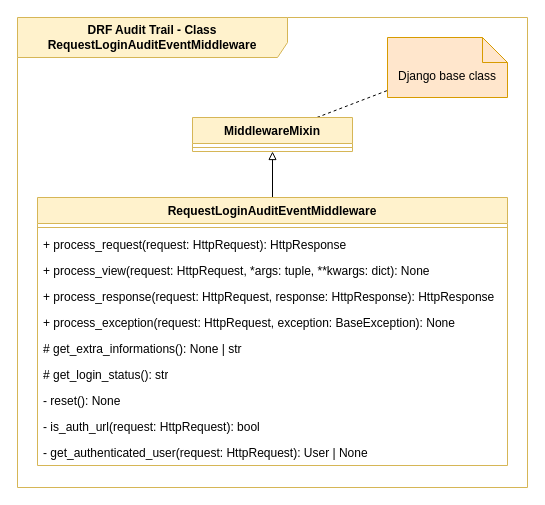
The draw.io diagram page "Classes" (1 of 5) of docs/diagrams.drawio in Talismar/drf-audit-trail, before the edit. Source tidied: cells renumbered, new cells numbered last; positions are measured from the earlier drawing's top-left corner, leaving out a move shared by most shapes. Both pictures are drawn from the tidied source at 100%, with x=0, y=0 at pixel (17, 17).
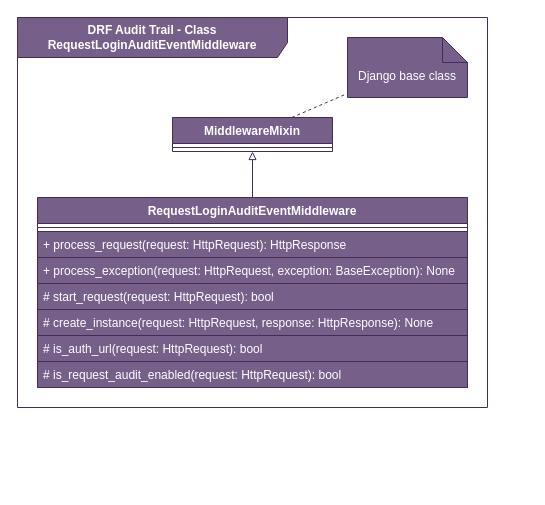
Above is the later version.

Diff of the diagram source:
```diff
@@
 <mxGraphModel>
   <root>
     <mxCell id="0" />
     <mxCell id="1" parent="0" />
-    <mxCell id="2" value="&lt;b&gt;DRF Audit Trail - Class&lt;/b&gt;&lt;div&gt;&lt;b&gt;RequestLoginAuditEventMiddleware&lt;/b&gt;&lt;b&gt;&lt;br&gt;&lt;/b&gt;&lt;/div&gt;" style="shape=umlFrame;whiteSpace=wrap;html=1;width=270;height=40;shadow=0;fillColor=#fff2cc;strokeColor=#d6b656;" parent="1" vertex="1">
-      <mxGeometry width="510" height="470" as="geometry" />
+    <mxCell id="2" value="&lt;b&gt;DRF Audit Trail - Class&lt;/b&gt;&lt;div&gt;&lt;b&gt;RequestLoginAuditEventMiddleware&lt;/b&gt;&lt;b&gt;&lt;br&gt;&lt;/b&gt;&lt;/div&gt;" style="shape=umlFrame;whiteSpace=wrap;html=1;width=270;height=40;shadow=0;fillColor=#76608a;strokeColor=#432D57;fontColor=#ffffff;" parent="1" vertex="1">
+      <mxGeometry width="470" height="390" as="geometry" />
     </mxCell>
-    <mxCell id="3" style="rounded=0;jettySize=auto;html=1;endArrow=block;endFill=0;shadow=0;entryX=0.5;entryY=1;entryDx=0;entryDy=0;exitX=0.5;exitY=0;exitDx=0;exitDy=0;" parent="2" edge="1" source="8" target="5">
+    <mxCell id="3" style="rounded=0;jettySize=auto;html=1;endArrow=block;endFill=0;shadow=0;entryX=0.5;entryY=1;entryDx=0;entryDy=0;exitX=0.5;exitY=0;exitDx=0;exitDy=0;fillColor=#76608a;strokeColor=#432D57;" parent="2" edge="1" source="8" target="5">
       <mxGeometry relative="1" as="geometry" />
     </mxCell>
-    <mxCell id="4" style="rounded=0;jettySize=auto;html=1;dashed=1;endArrow=none;endFill=0;" parent="2" edge="1" source="5" target="7">
+    <mxCell id="4" style="rounded=0;jettySize=auto;html=1;dashed=1;endArrow=none;endFill=0;fillColor=#76608a;strokeColor=#432D57;" parent="2" edge="1" source="5" target="7">
       <mxGeometry relative="1" as="geometry" />
     </mxCell>
-    <mxCell id="5" value="&lt;b&gt;MiddlewareMixin&lt;/b&gt;" style="swimlane;fontStyle=1;align=center;verticalAlign=top;horizontal=1;startSize=26;whiteSpace=wrap;html=1;fillColor=#fff2cc;strokeColor=#d6b656;" parent="2" vertex="1">
-      <mxGeometry x="175" y="100" width="160" height="34" as="geometry" />
+    <mxCell id="5" value="&lt;b&gt;MiddlewareMixin&lt;/b&gt;" style="swimlane;fontStyle=1;align=center;verticalAlign=top;horizontal=1;startSize=26;whiteSpace=wrap;html=1;fillColor=#76608a;strokeColor=#432D57;fontColor=#ffffff;" parent="2" vertex="1">
+      <mxGeometry x="155" y="100" width="160" height="34" as="geometry" />
     </mxCell>
-    <mxCell id="6" style="line;strokeWidth=1;fillColor=none;align=left;verticalAlign=middle;spacingTop=-1;spacingLeft=3;spacingRight=3;labelPosition=right;strokeColor=inherit;" parent="5" vertex="1">
+    <mxCell id="6" style="line;strokeWidth=1;fillColor=#76608a;align=left;verticalAlign=middle;spacingTop=-1;spacingLeft=3;spacingRight=3;labelPosition=right;strokeColor=#432D57;fontColor=#ffffff;" parent="5" vertex="1">
       <mxGeometry y="26" width="160" height="8" as="geometry" />
     </mxCell>
-    <mxCell id="7" value="Django base class" style="shape=note2;boundedLbl=1;whiteSpace=wrap;html=1;size=25;verticalAlign=top;align=center;fillColor=#ffe6cc;strokeColor=#d79b00;" parent="2" vertex="1">
-      <mxGeometry x="370" y="20" width="120" height="60" as="geometry" />
+    <mxCell id="7" value="Django base class" style="shape=note2;boundedLbl=1;whiteSpace=wrap;html=1;size=25;verticalAlign=top;align=center;fillColor=#76608a;strokeColor=#432D57;fontColor=#ffffff;" parent="2" vertex="1">
+      <mxGeometry x="330" y="20" width="120" height="60" as="geometry" />
     </mxCell>
-    <mxCell id="8" value="RequestLoginAuditEventMiddleware" style="swimlane;fontStyle=1;align=center;verticalAlign=top;horizontal=1;startSize=26;whiteSpace=wrap;html=1;fillColor=#fff2cc;strokeColor=#d6b656;" parent="2" vertex="1">
-      <mxGeometry x="20" y="180" width="470" height="268" as="geometry" />
+    <mxCell id="8" value="RequestLoginAuditEventMiddleware" style="swimlane;fontStyle=1;align=center;verticalAlign=top;horizontal=1;startSize=26;whiteSpace=wrap;html=1;fillColor=#76608a;strokeColor=#432D57;fontColor=#ffffff;" parent="2" vertex="1">
+      <mxGeometry x="20" y="180" width="430" height="190" as="geometry" />
     </mxCell>
-    <mxCell id="9" style="line;strokeWidth=1;fillColor=none;align=left;verticalAlign=middle;spacingTop=-1;spacingLeft=3;spacingRight=3;labelPosition=right;strokeColor=inherit;" parent="8" vertex="1">
-      <mxGeometry y="26" width="470" height="8" as="geometry" />
+    <mxCell id="9" style="line;strokeWidth=1;fillColor=#76608a;align=left;verticalAlign=middle;spacingTop=-1;spacingLeft=3;spacingRight=3;labelPosition=right;strokeColor=#432D57;fontColor=#ffffff;" parent="8" vertex="1">
+      <mxGeometry y="26" width="430" height="8" as="geometry" />
     </mxCell>
-    <mxCell id="10" value="+ process_request(request: HttpRequest): HttpResponse" style="text;strokeColor=none;fillColor=none;align=left;verticalAlign=top;spacingLeft=4;spacingRight=4;overflow=hidden;whiteSpace=wrap;html=1;" parent="8" vertex="1">
-      <mxGeometry y="34" width="470" height="26" as="geometry" />
+    <mxCell id="10" value="+ process_request(request: HttpRequest): HttpResponse" style="text;strokeColor=#432D57;fillColor=#76608a;align=left;verticalAlign=top;spacingLeft=4;spacingRight=4;overflow=hidden;whiteSpace=wrap;html=1;fontColor=#ffffff;" parent="8" vertex="1">
+      <mxGeometry y="34" width="430" height="26" as="geometry" />
     </mxCell>
-    <mxCell id="11" value="+ process_view(request: HttpRequest, *args: tuple, **kwargs: dict): None" style="text;strokeColor=none;fillColor=none;align=left;verticalAlign=top;spacingLeft=4;spacingRight=4;overflow=hidden;whiteSpace=wrap;html=1;" parent="8" vertex="1">
-      <mxGeometry y="60" width="470" height="26" as="geometry" />
-    </mxCell>
-    <mxCell id="12" value="+ process_response(request: HttpRequest, response: HttpResponse): HttpResponse" style="text;strokeColor=none;fillColor=none;align=left;verticalAlign=top;spacingLeft=4;spacingRight=4;overflow=hidden;whiteSpace=wrap;html=1;" parent="8" vertex="1">
-      <mxGeometry y="86" width="470" height="26" as="geometry" />
-    </mxCell>
-    <mxCell id="13" value="+ process_exception(request: HttpRequest, exception: BaseException): None" style="text;strokeColor=none;fillColor=none;align=left;verticalAlign=top;spacingLeft=4;spacingRight=4;overflow=hidden;whiteSpace=wrap;html=1;" parent="8" vertex="1">
-      <mxGeometry y="112" width="470" height="26" as="geometry" />
+    <mxCell id="13" value="+ process_exception(request: HttpRequest, exception: BaseException): None" style="text;strokeColor=#432D57;fillColor=#76608a;align=left;verticalAlign=top;spacingLeft=4;spacingRight=4;overflow=hidden;whiteSpace=wrap;html=1;fontColor=#ffffff;" parent="8" vertex="1">
+      <mxGeometry y="60" width="430" height="26" as="geometry" />
     </mxCell>
-    <mxCell id="14" value="# get_extra_informations(): None | str" style="text;strokeColor=none;fillColor=none;align=left;verticalAlign=top;spacingLeft=4;spacingRight=4;overflow=hidden;whiteSpace=wrap;html=1;" parent="8" vertex="1">
-      <mxGeometry y="138" width="470" height="26" as="geometry" />
-    </mxCell>
+    <mxCell id="19" value="# start_request(request: HttpRequest): bool" style="text;strokeColor=#432D57;fillColor=#76608a;align=left;verticalAlign=top;spacingLeft=4;spacingRight=4;overflow=hidden;whiteSpace=wrap;html=1;fontColor=#ffffff;" parent="8" vertex="1">
+      <mxGeometry y="86" width="430" height="26" as="geometry" />
+    </mxCell>
-    <mxCell id="15" value="# get_login_status(): str" style="text;strokeColor=none;fillColor=none;align=left;verticalAlign=top;spacingLeft=4;spacingRight=4;overflow=hidden;whiteSpace=wrap;html=1;" parent="8" vertex="1">
-      <mxGeometry y="164" width="470" height="26" as="geometry" />
+    <mxCell id="15" value="# create_instance(request: HttpRequest, response: HttpResponse): None" style="text;strokeColor=#432D57;fillColor=#76608a;align=left;verticalAlign=top;spacingLeft=4;spacingRight=4;overflow=hidden;whiteSpace=wrap;html=1;fontColor=#ffffff;" parent="8" vertex="1">
+      <mxGeometry y="112" width="430" height="26" as="geometry" />
     </mxCell>
-    <mxCell id="16" value="- reset(): None" style="text;strokeColor=none;fillColor=none;align=left;verticalAlign=top;spacingLeft=4;spacingRight=4;overflow=hidden;whiteSpace=wrap;html=1;" parent="8" vertex="1">
-      <mxGeometry y="190" width="470" height="26" as="geometry" />
-    </mxCell>
-    <mxCell id="17" value="- is_auth_url(request: HttpRequest): bool" style="text;strokeColor=none;fillColor=none;align=left;verticalAlign=top;spacingLeft=4;spacingRight=4;overflow=hidden;whiteSpace=wrap;html=1;" parent="8" vertex="1">
-      <mxGeometry y="216" width="470" height="26" as="geometry" />
+    <mxCell id="17" value="# is_auth_url(request: HttpRequest): bool" style="text;strokeColor=#432D57;fillColor=#76608a;align=left;verticalAlign=top;spacingLeft=4;spacingRight=4;overflow=hidden;whiteSpace=wrap;html=1;fontColor=#ffffff;" parent="8" vertex="1">
+      <mxGeometry y="138" width="430" height="26" as="geometry" />
     </mxCell>
-    <mxCell id="18" value="- get_authenticated_user(request: HttpRequest): User | None" style="text;strokeColor=none;fillColor=none;align=left;verticalAlign=top;spacingLeft=4;spacingRight=4;overflow=hidden;whiteSpace=wrap;html=1;" parent="8" vertex="1">
-      <mxGeometry y="242" width="470" height="26" as="geometry" />
+    <mxCell id="18" value="# is_request_audit_enabled(request: HttpRequest): bool" style="text;strokeColor=#432D57;fillColor=#76608a;align=left;verticalAlign=top;spacingLeft=4;spacingRight=4;overflow=hidden;whiteSpace=wrap;html=1;fontColor=#ffffff;" parent="8" vertex="1">
+      <mxGeometry y="164" width="430" height="26" as="geometry" />
     </mxCell>
   </root>
 </mxGraphModel>
```
